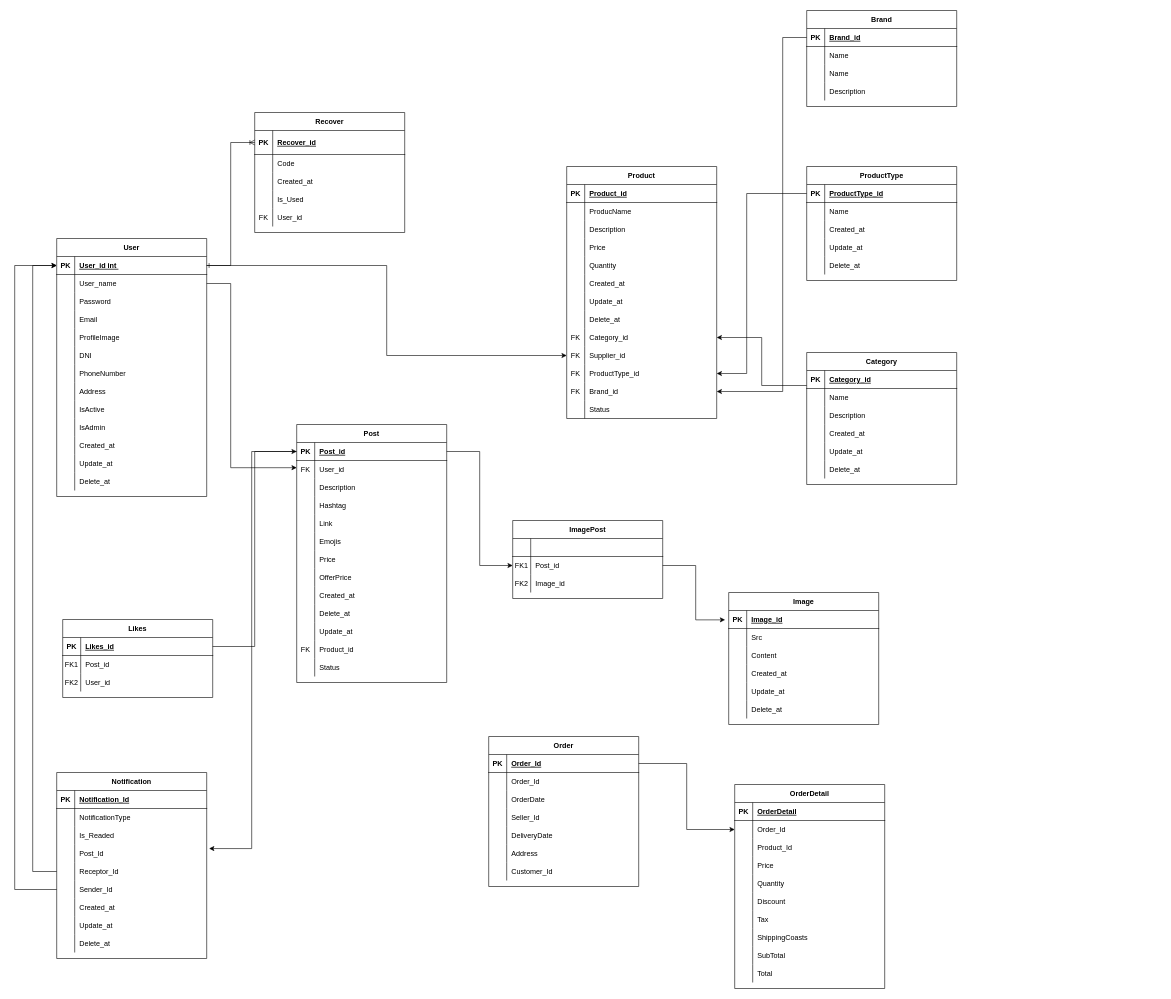
Earlier version of the draw.io diagram E-Commerce.drawio (MarvinOrtiz18/DER). Source tidied: cells renumbered, new cells numbered last; positions are measured from the earlier drawing's top-left corner, leaving out a move shared by most shapes. Both pictures are drawn from the tidied source at 60%, with x=0, y=0 at pixel (14, 10).
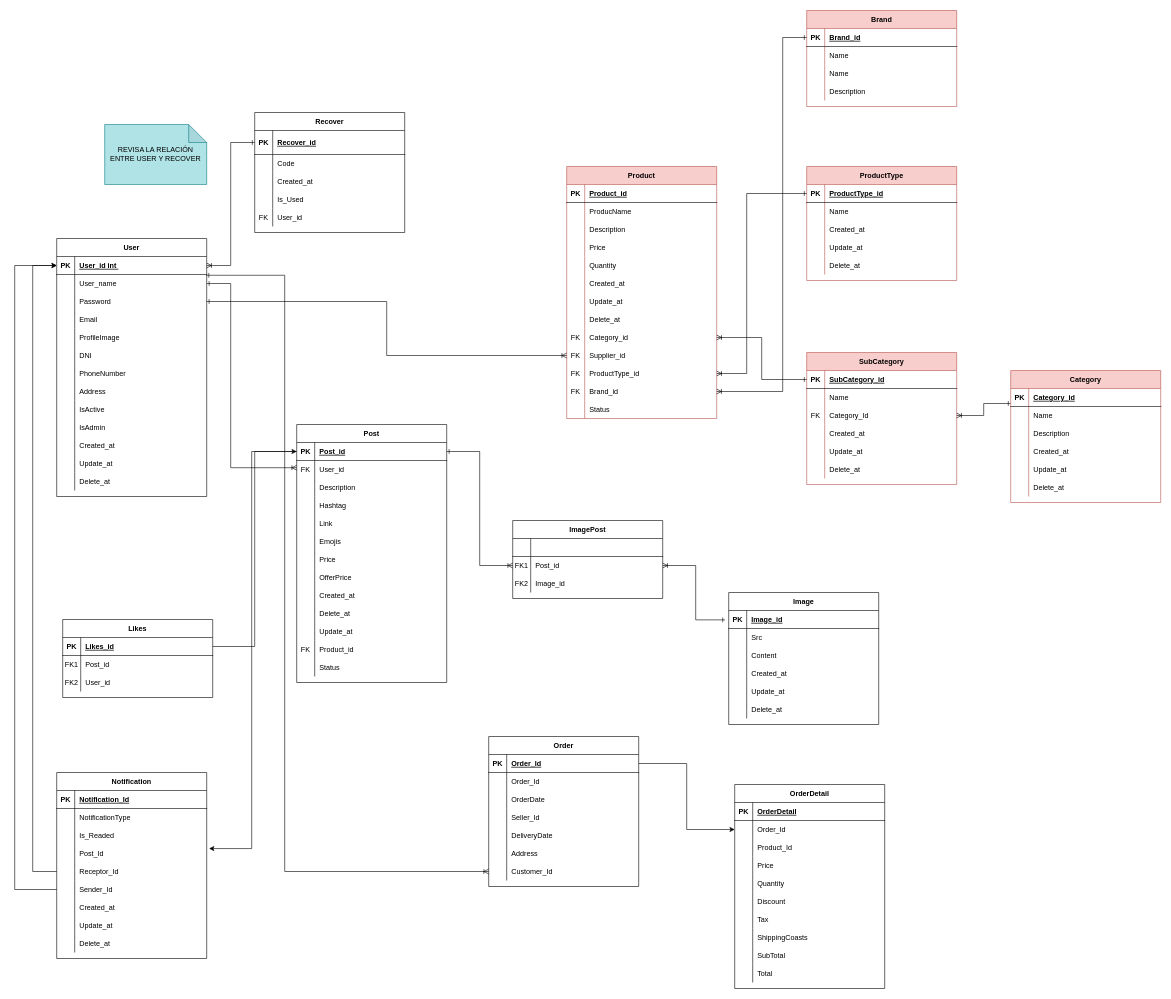
After the change.

The change refers to these unchanged cells:
```xml
<mxCell id="3" style="shape=partialRectangle;fillColor=none;points=[[0,0.5],[1,0.5]];portConstraint=eastwest;top=0;left=0;right=0;bottom=1;" parent="2" vertex="1">
  <mxGeometry y="30" width="250" height="40" as="geometry" />
</mxCell>
<mxCell id="29" style="shape=partialRectangle;fillColor=none;points=[[0,0.5],[1,0.5]];portConstraint=eastwest;top=0;left=0;right=0;bottom=1;" parent="28" vertex="1">
  <mxGeometry y="30" width="250" height="30" as="geometry" />
</mxCell>
<mxCell id="32" style="shape=partialRectangle;fillColor=none;points=[[0,0.5],[1,0.5]];portConstraint=eastwest;top=0;left=0;right=0;bottom=0;" parent="28" vertex="1">
  <mxGeometry y="60" width="250" height="30" as="geometry" />
</mxCell>
<mxCell id="35" style="shape=partialRectangle;fillColor=none;points=[[0,0.5],[1,0.5]];portConstraint=eastwest;top=0;left=0;right=0;bottom=0;" parent="28" vertex="1">
  <mxGeometry y="90" width="250" height="30" as="geometry" />
</mxCell>
<mxCell id="70" style="shape=partialRectangle;fillColor=none;points=[[0,0.5],[1,0.5]];portConstraint=eastwest;top=0;left=0;right=0;bottom=1;" parent="69" vertex="1">
  <mxGeometry y="30" width="250" height="30" as="geometry" />
</mxCell>
<mxCell id="73" style="shape=partialRectangle;fillColor=none;points=[[0,0.5],[1,0.5]];portConstraint=eastwest;top=0;left=0;right=0;bottom=0;" parent="69" vertex="1">
  <mxGeometry y="60" width="250" height="30" as="geometry" />
</mxCell>
<mxCell id="113" style="shape=partialRectangle;fillColor=none;points=[[0,0.5],[1,0.5]];portConstraint=eastwest;top=0;left=0;right=0;bottom=0;" parent="109" vertex="1">
  <mxGeometry y="60" width="250" height="30" as="geometry" />
</mxCell>
<mxCell id="120" style="shape=partialRectangle;fillColor=none;points=[[0,0.5],[1,0.5]];portConstraint=eastwest;top=0;left=0;right=0;bottom=1;" parent="119" vertex="1">
  <mxGeometry y="30" width="250" height="30" as="geometry" />
</mxCell>
<mxCell id="167" style="shape=partialRectangle;fillColor=none;points=[[0,0.5],[1,0.5]];portConstraint=eastwest;top=0;left=0;right=0;bottom=0;" parent="142" vertex="1">
  <mxGeometry y="270" width="250" height="30" as="geometry" />
</mxCell>
<mxCell id="170" style="shape=partialRectangle;fillColor=none;points=[[0,0.5],[1,0.5]];portConstraint=eastwest;top=0;left=0;right=0;bottom=0;" parent="142" vertex="1">
  <mxGeometry y="300" width="250" height="30" as="geometry" />
</mxCell>
<mxCell id="173" style="shape=partialRectangle;fillColor=none;points=[[0,0.5],[1,0.5]];portConstraint=eastwest;top=0;left=0;right=0;bottom=0;" parent="142" vertex="1">
  <mxGeometry y="330" width="250" height="30" as="geometry" />
</mxCell>
<mxCell id="176" style="shape=partialRectangle;fillColor=none;points=[[0,0.5],[1,0.5]];portConstraint=eastwest;top=0;left=0;right=0;bottom=0;" parent="142" vertex="1">
  <mxGeometry y="360" width="250" height="30" as="geometry" />
</mxCell>
<mxCell id="183" style="shape=partialRectangle;fillColor=none;points=[[0,0.5],[1,0.5]];portConstraint=eastwest;top=0;left=0;right=0;bottom=1;" parent="182" vertex="1">
  <mxGeometry y="30" width="250" height="30" as="geometry" />
</mxCell>
<mxCell id="197" style="shape=partialRectangle;fillColor=none;points=[[0,0.5],[1,0.5]];portConstraint=eastwest;top=0;left=0;right=0;bottom=1;" parent="196" vertex="1">
  <mxGeometry y="30" width="250" height="30" as="geometry" />
</mxCell>
<mxCell id="203" style="shape=partialRectangle;fillColor=none;points=[[0,0.5],[1,0.5]];portConstraint=eastwest;top=0;left=0;right=0;bottom=0;" parent="196" vertex="1">
  <mxGeometry y="90" width="250" height="30" as="geometry" />
</mxCell>
<mxCell id="216" style="shape=partialRectangle;fillColor=none;points=[[0,0.5],[1,0.5]];portConstraint=eastwest;top=0;left=0;right=0;bottom=1;" parent="215" vertex="1">
  <mxGeometry y="30" width="250" height="30" as="geometry" />
</mxCell>
<mxCell id="284" style="shape=partialRectangle;fillColor=none;points=[[0,0.5],[1,0.5]];portConstraint=eastwest;top=0;left=0;right=0;bottom=0;" parent="265" vertex="1">
  <mxGeometry y="210" width="250" height="30" as="geometry" />
</mxCell>
```

The edit, as a diff of the source:
```diff
@@
-    <mxCell id="68" style="edgeStyle=orthogonalEdgeStyle;rounded=0;jettySize=auto;html=1;exitX=1;exitY=0.5;exitDx=0;exitDy=0;entryX=0;entryY=0.5;entryDx=0;entryDy=0;endArrow=ERoneToMany;endFill=0;startArrow=ERone;startFill=0;" parent="1" edge="1" source="29" target="3">
+    <mxCell id="68" style="edgeStyle=orthogonalEdgeStyle;rounded=0;jettySize=auto;html=1;exitX=1;exitY=0.5;exitDx=0;exitDy=0;entryX=0;entryY=0.5;entryDx=0;entryDy=0;endArrow=ERone;endFill=0;startArrow=ERoneToMany;startFill=0;" parent="1" edge="1" source="29" target="3">
       <mxGeometry relative="1" as="geometry" />
     </mxCell>
@@
-    <mxCell id="138" style="edgeStyle=orthogonalEdgeStyle;rounded=0;jettySize=auto;html=1;exitX=1;exitY=0.5;exitDx=0;exitDy=0;" parent="1" edge="1" source="32" target="73">
+    <mxCell id="138" style="edgeStyle=orthogonalEdgeStyle;rounded=0;jettySize=auto;html=1;exitX=1;exitY=0.5;exitDx=0;exitDy=0;endArrow=ERoneToMany;endFill=0;startArrow=ERone;startFill=0;" parent="1" edge="1" source="32" target="73">
       <mxGeometry relative="1" as="geometry">
         <Array as="points">
           <mxPoint x="360" y="455" />
           <mxPoint x="360" y="762" />
         </Array>
       </mxGeometry>
     </mxCell>
-    <mxCell id="139" style="edgeStyle=orthogonalEdgeStyle;rounded=0;jettySize=auto;html=1;exitX=1;exitY=0.5;exitDx=0;exitDy=0;entryX=0;entryY=0.5;entryDx=0;entryDy=0;" parent="1" edge="1" source="70" target="113">
+    <mxCell id="139" style="edgeStyle=orthogonalEdgeStyle;rounded=0;jettySize=auto;html=1;exitX=1;exitY=0.5;exitDx=0;exitDy=0;entryX=0;entryY=0.5;entryDx=0;entryDy=0;startArrow=ERone;startFill=0;endArrow=ERoneToMany;endFill=0;" parent="1" edge="1" source="70" target="113">
       <mxGeometry relative="1" as="geometry" />
     </mxCell>
-    <mxCell id="140" style="edgeStyle=orthogonalEdgeStyle;rounded=0;jettySize=auto;html=1;exitX=1;exitY=0.5;exitDx=0;exitDy=0;entryX=-0.024;entryY=0.52;entryDx=0;entryDy=0;entryPerimeter=0;" parent="1" edge="1" source="113" target="120">
+    <mxCell id="140" style="edgeStyle=orthogonalEdgeStyle;rounded=0;jettySize=auto;html=1;exitX=1;exitY=0.5;exitDx=0;exitDy=0;entryX=-0.024;entryY=0.52;entryDx=0;entryDy=0;entryPerimeter=0;endArrow=ERone;endFill=0;startArrow=ERoneToMany;startFill=0;" parent="1" edge="1" source="113" target="120">
       <mxGeometry relative="1" as="geometry" />
     </mxCell>
@@
-    <mxCell id="142" value="Product" style="shape=table;startSize=30;childLayout=tableLayout;rowLines=0;fontStyle=1;align=center;" parent="1" vertex="1">
+    <mxCell id="142" value="Product" style="shape=table;startSize=30;childLayout=tableLayout;rowLines=0;fontStyle=1;align=center;fillColor=#f8cecc;strokeColor=#b85450;" parent="1" vertex="1">
       <mxGeometry x="920" y="260" width="250" height="420" as="geometry" />
     </mxCell>
@@
-    <mxCell id="182" value="Brand" style="shape=table;startSize=30;childLayout=tableLayout;rowLines=0;fontStyle=1;align=center;" parent="1" vertex="1">
+    <mxCell id="182" value="Brand" style="shape=table;startSize=30;childLayout=tableLayout;rowLines=0;fontStyle=1;align=center;fillColor=#f8cecc;strokeColor=#b85450;" parent="1" vertex="1">
       <mxGeometry x="1320" width="250" height="160" as="geometry" />
     </mxCell>
@@
-    <mxCell id="195" style="edgeStyle=orthogonalEdgeStyle;rounded=0;jettySize=auto;html=1;exitX=0;exitY=0.25;exitDx=0;exitDy=0;entryX=1;entryY=0.5;entryDx=0;entryDy=0;" parent="1" edge="1" source="196" target="167">
-      <mxGeometry relative="1" as="geometry" />
-    </mxCell>
-    <mxCell id="196" value="Category" style="shape=table;startSize=30;childLayout=tableLayout;rowLines=0;fontStyle=1;align=center;" parent="1" vertex="1">
+    <mxCell id="196" value="SubCategory" style="shape=table;startSize=30;childLayout=tableLayout;rowLines=0;fontStyle=1;align=center;fillColor=#f8cecc;strokeColor=#b85450;" parent="1" vertex="1">
       <mxGeometry x="1320" y="570" width="250" height="220" as="geometry" />
     </mxCell>
@@
-    <mxCell id="199" value="Category_id" style="shape=partialRectangle;overflow=hidden;fillColor=none;top=0;left=0;bottom=0;right=0;align=left;spacingLeft=6;fontStyle=5;" parent="197" vertex="1">
+    <mxCell id="199" value="SubCategory_id" style="shape=partialRectangle;overflow=hidden;fillColor=none;top=0;left=0;bottom=0;right=0;align=left;spacingLeft=6;fontStyle=5;" parent="197" vertex="1">
       <mxGeometry x="30" width="220" height="30" as="geometry" />
     </mxCell>
@@
-    <mxCell id="204" style="shape=partialRectangle;overflow=hidden;fillColor=none;top=0;left=0;bottom=0;right=0;" parent="203" vertex="1">
+    <mxCell id="204" value="FK" style="shape=partialRectangle;overflow=hidden;fillColor=none;top=0;left=0;bottom=0;right=0;" parent="203" vertex="1">
       <mxGeometry width="30" height="30" as="geometry" />
     </mxCell>
-    <mxCell id="205" value="Description" style="shape=partialRectangle;overflow=hidden;fillColor=none;top=0;left=0;bottom=0;right=0;align=left;spacingLeft=6;" parent="203" vertex="1">
+    <mxCell id="205" value="Category_Id" style="shape=partialRectangle;overflow=hidden;fillColor=none;top=0;left=0;bottom=0;right=0;align=left;spacingLeft=6;" parent="203" vertex="1">
       <mxGeometry x="30" width="220" height="30" as="geometry" />
     </mxCell>
@@
-    <mxCell id="215" value="ProductType" style="shape=table;startSize=30;childLayout=tableLayout;rowLines=0;fontStyle=1;align=center;" parent="1" vertex="1">
+    <mxCell id="215" value="ProductType" style="shape=table;startSize=30;childLayout=tableLayout;rowLines=0;fontStyle=1;align=center;fillColor=#f8cecc;strokeColor=#b85450;" parent="1" vertex="1">
       <mxGeometry x="1320" y="260" width="250" height="190" as="geometry" />
     </mxCell>
@@
-    <mxCell id="231" style="edgeStyle=orthogonalEdgeStyle;rounded=0;jettySize=auto;html=1;exitX=0;exitY=0.5;exitDx=0;exitDy=0;entryX=1;entryY=0.5;entryDx=0;entryDy=0;" parent="1" edge="1" source="216" target="173">
+    <mxCell id="231" style="edgeStyle=orthogonalEdgeStyle;rounded=0;jettySize=auto;html=1;exitX=0;exitY=0.5;exitDx=0;exitDy=0;entryX=1;entryY=0.5;entryDx=0;entryDy=0;startArrow=ERone;startFill=0;endArrow=ERoneToMany;endFill=0;" parent="1" edge="1" source="216" target="173">
       <mxGeometry relative="1" as="geometry">
         <Array as="points">
           <mxPoint x="1220" y="305" />
           <mxPoint x="1220" y="605" />
         </Array>
       </mxGeometry>
     </mxCell>
-    <mxCell id="232" style="edgeStyle=orthogonalEdgeStyle;rounded=0;jettySize=auto;html=1;exitX=0;exitY=0.5;exitDx=0;exitDy=0;entryX=1;entryY=0.5;entryDx=0;entryDy=0;" parent="1" edge="1" source="183" target="176">
+    <mxCell id="232" style="edgeStyle=orthogonalEdgeStyle;rounded=0;jettySize=auto;html=1;exitX=0;exitY=0.5;exitDx=0;exitDy=0;entryX=1;entryY=0.5;entryDx=0;entryDy=0;endArrow=ERoneToMany;endFill=0;startArrow=ERone;startFill=0;" parent="1" edge="1" source="183" target="176">
       <mxGeometry relative="1" as="geometry">
         <Array as="points">
           <mxPoint x="1280" y="45" />
           <mxPoint x="1280" y="635" />
         </Array>
       </mxGeometry>
     </mxCell>
-    <mxCell id="233" style="edgeStyle=orthogonalEdgeStyle;rounded=0;jettySize=auto;html=1;exitX=1;exitY=0.5;exitDx=0;exitDy=0;entryX=0;entryY=0.5;entryDx=0;entryDy=0;" parent="1" edge="1" source="29" target="170">
-      <mxGeometry relative="1" as="geometry" />
-    </mxCell>
@@
+    <mxCell id="319" style="edgeStyle=orthogonalEdgeStyle;rounded=0;jettySize=auto;html=1;exitX=0;exitY=0.5;exitDx=0;exitDy=0;entryX=0.998;entryY=0.043;entryDx=0;entryDy=0;entryPerimeter=0;endArrow=ERone;endFill=0;startArrow=ERoneToMany;startFill=0;" parent="1" edge="1" source="284" target="32">
+      <mxGeometry relative="1" as="geometry">
+        <Array as="points">
+          <mxPoint x="450" y="1435" />
+          <mxPoint x="450" y="441" />
+        </Array>
+      </mxGeometry>
+    </mxCell>
+    <mxCell id="320" style="edgeStyle=orthogonalEdgeStyle;rounded=0;jettySize=auto;html=1;exitX=0;exitY=0.25;exitDx=0;exitDy=0;entryX=1;entryY=0.5;entryDx=0;entryDy=0;startArrow=ERone;startFill=0;endArrow=ERoneToMany;endFill=0;" parent="1" edge="1" source="321" target="203">
+      <mxGeometry relative="1" as="geometry" />
+    </mxCell>
+    <mxCell id="321" value="Category" style="shape=table;startSize=30;childLayout=tableLayout;rowLines=0;fontStyle=1;align=center;fillColor=#f8cecc;strokeColor=#b85450;" parent="1" vertex="1">
+      <mxGeometry x="1660" y="600" width="250" height="220" as="geometry" />
+    </mxCell>
+    <mxCell id="322" style="shape=partialRectangle;fillColor=none;top=0;left=0;right=0;bottom=1;" parent="321" vertex="1">
+      <mxGeometry y="30" width="250" height="30" as="geometry" />
+    </mxCell>
+    <mxCell id="323" value="PK" style="shape=partialRectangle;overflow=hidden;fillColor=none;top=0;left=0;bottom=0;right=0;fontStyle=1;" parent="322" vertex="1">
+      <mxGeometry width="30" height="30" as="geometry" />
+    </mxCell>
+    <mxCell id="324" value="Category_id" style="shape=partialRectangle;overflow=hidden;fillColor=none;top=0;left=0;bottom=0;right=0;align=left;spacingLeft=6;fontStyle=5;" parent="322" vertex="1">
+      <mxGeometry x="30" width="220" height="30" as="geometry" />
+    </mxCell>
+    <mxCell id="325" style="shape=partialRectangle;fillColor=none;top=0;left=0;right=0;bottom=0;" parent="321" vertex="1">
+      <mxGeometry y="60" width="250" height="30" as="geometry" />
+    </mxCell>
+    <mxCell id="326" style="shape=partialRectangle;overflow=hidden;fillColor=none;top=0;left=0;bottom=0;right=0;" parent="325" vertex="1">
+      <mxGeometry width="30" height="30" as="geometry" />
+    </mxCell>
+    <mxCell id="327" value="Name" style="shape=partialRectangle;overflow=hidden;fillColor=none;top=0;left=0;bottom=0;right=0;align=left;spacingLeft=6;" parent="325" vertex="1">
+      <mxGeometry x="30" width="220" height="30" as="geometry" />
+    </mxCell>
+    <mxCell id="328" style="shape=partialRectangle;fillColor=none;top=0;left=0;right=0;bottom=0;" parent="321" vertex="1">
+      <mxGeometry y="90" width="250" height="30" as="geometry" />
+    </mxCell>
+    <mxCell id="329" style="shape=partialRectangle;overflow=hidden;fillColor=none;top=0;left=0;bottom=0;right=0;" parent="328" vertex="1">
+      <mxGeometry width="30" height="30" as="geometry" />
+    </mxCell>
+    <mxCell id="330" value="Description" style="shape=partialRectangle;overflow=hidden;fillColor=none;top=0;left=0;bottom=0;right=0;align=left;spacingLeft=6;" parent="328" vertex="1">
+      <mxGeometry x="30" width="220" height="30" as="geometry" />
+    </mxCell>
+    <mxCell id="331" style="shape=partialRectangle;fillColor=none;top=0;left=0;right=0;bottom=0;" parent="321" vertex="1">
+      <mxGeometry y="120" width="250" height="30" as="geometry" />
+    </mxCell>
+    <mxCell id="332" style="shape=partialRectangle;overflow=hidden;fillColor=none;top=0;left=0;bottom=0;right=0;" parent="331" vertex="1">
+      <mxGeometry width="30" height="30" as="geometry" />
+    </mxCell>
+    <mxCell id="333" value="Created_at" style="shape=partialRectangle;overflow=hidden;fillColor=none;top=0;left=0;bottom=0;right=0;align=left;spacingLeft=6;" parent="331" vertex="1">
+      <mxGeometry x="30" width="220" height="30" as="geometry" />
+    </mxCell>
+    <mxCell id="334" style="shape=partialRectangle;fillColor=none;top=0;left=0;right=0;bottom=0;" parent="321" vertex="1">
+      <mxGeometry y="150" width="250" height="30" as="geometry" />
+    </mxCell>
+    <mxCell id="335" style="shape=partialRectangle;overflow=hidden;fillColor=none;top=0;left=0;bottom=0;right=0;" parent="334" vertex="1">
+      <mxGeometry width="30" height="30" as="geometry" />
+    </mxCell>
+    <mxCell id="336" value="Update_at" style="shape=partialRectangle;overflow=hidden;fillColor=none;top=0;left=0;bottom=0;right=0;align=left;spacingLeft=6;" parent="334" vertex="1">
+      <mxGeometry x="30" width="220" height="30" as="geometry" />
+    </mxCell>
+    <mxCell id="337" style="shape=partialRectangle;fillColor=none;top=0;left=0;right=0;bottom=0;" parent="321" vertex="1">
+      <mxGeometry y="180" width="250" height="30" as="geometry" />
+    </mxCell>
+    <mxCell id="338" style="shape=partialRectangle;overflow=hidden;fillColor=none;top=0;left=0;bottom=0;right=0;" parent="337" vertex="1">
+      <mxGeometry width="30" height="30" as="geometry" />
+    </mxCell>
+    <mxCell id="339" value="Delete_at" style="shape=partialRectangle;overflow=hidden;fillColor=none;top=0;left=0;bottom=0;right=0;align=left;spacingLeft=6;" parent="337" vertex="1">
+      <mxGeometry x="30" width="220" height="30" as="geometry" />
+    </mxCell>
+    <mxCell id="340" style="edgeStyle=orthogonalEdgeStyle;rounded=0;jettySize=auto;html=1;exitX=0;exitY=0.5;exitDx=0;exitDy=0;entryX=1;entryY=0.5;entryDx=0;entryDy=0;startArrow=ERone;startFill=0;endArrow=ERoneToMany;endFill=0;" parent="1" edge="1" source="197" target="167">
+      <mxGeometry relative="1" as="geometry" />
+    </mxCell>
+    <mxCell id="341" value="REVISA LA RELACIÓN ENTRE USER Y RECOVER" style="shape=note;whiteSpace=wrap;html=1;backgroundOutline=1;darkOpacity=0.05;fillColor=#b0e3e6;strokeColor=#0e8088;" parent="1" vertex="1">
+      <mxGeometry x="150" y="190" width="170" height="100" as="geometry" />
+    </mxCell>
+    <mxCell id="342" style="edgeStyle=orthogonalEdgeStyle;rounded=0;jettySize=auto;html=1;exitX=0;exitY=0.5;exitDx=0;exitDy=0;entryX=1;entryY=0.5;entryDx=0;entryDy=0;endArrow=ERone;endFill=0;startArrow=ERoneToMany;startFill=0;" parent="1" edge="1" source="170" target="35">
+      <mxGeometry relative="1" as="geometry" />
+    </mxCell>
```
